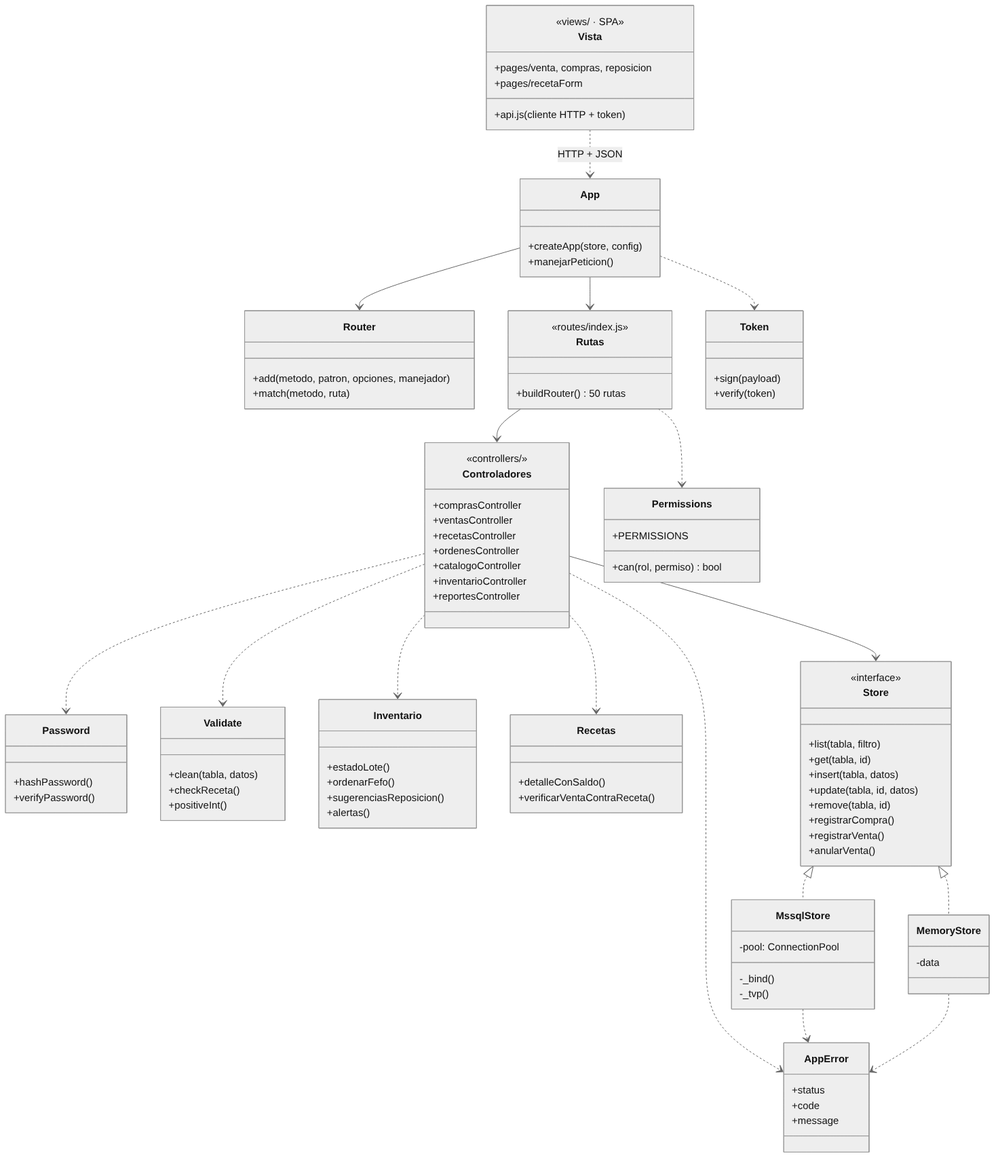
angelonavarroxd23-lab/Farma-Control keeps this Mermaid diagram as docs/diagramas/clases_backend.png. Above is the earlier version. Its source is kept beside it as docs/diagramas/src/clases_backend.mmd.
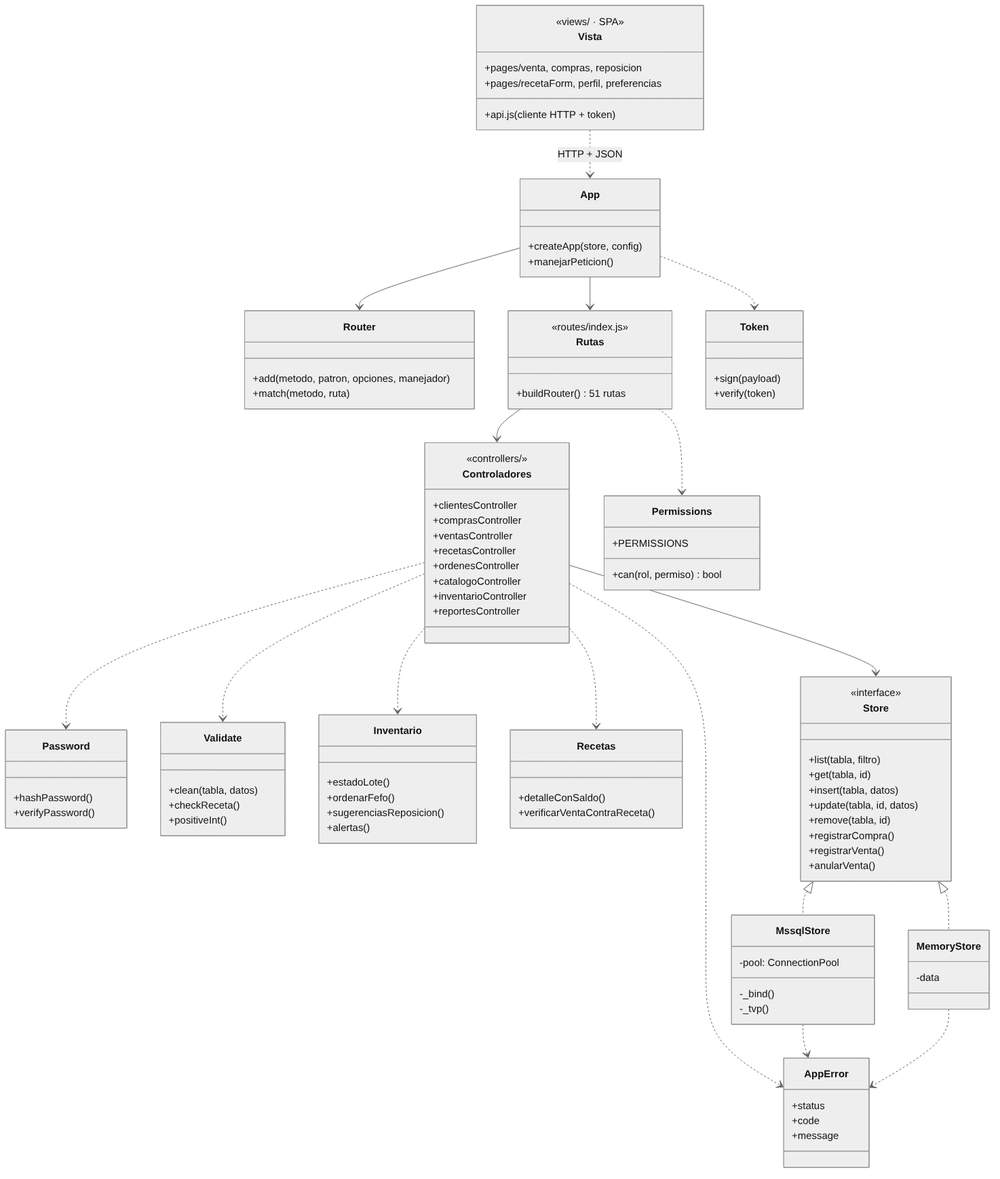
After the commit.

Change to the diagram source:
```diff
@@ -3,7 +3,7 @@
 class Vista {
 <<views/ · SPA>>
 +pages/venta, compras, reposicion
-+pages/recetaForm
++pages/recetaForm, perfil, preferencias
 +api.js (cliente HTTP + token)
 }
 class App {
@@ -16,10 +16,11 @@
 }
 class Rutas {
 <<routes/index.js>>
-+buildRouter() 50 rutas
++buildRouter() 51 rutas
 }
 class Controladores {
 <<controllers/>>
++clientesController
 +comprasController
 +ventasController
 +recetasController
```
